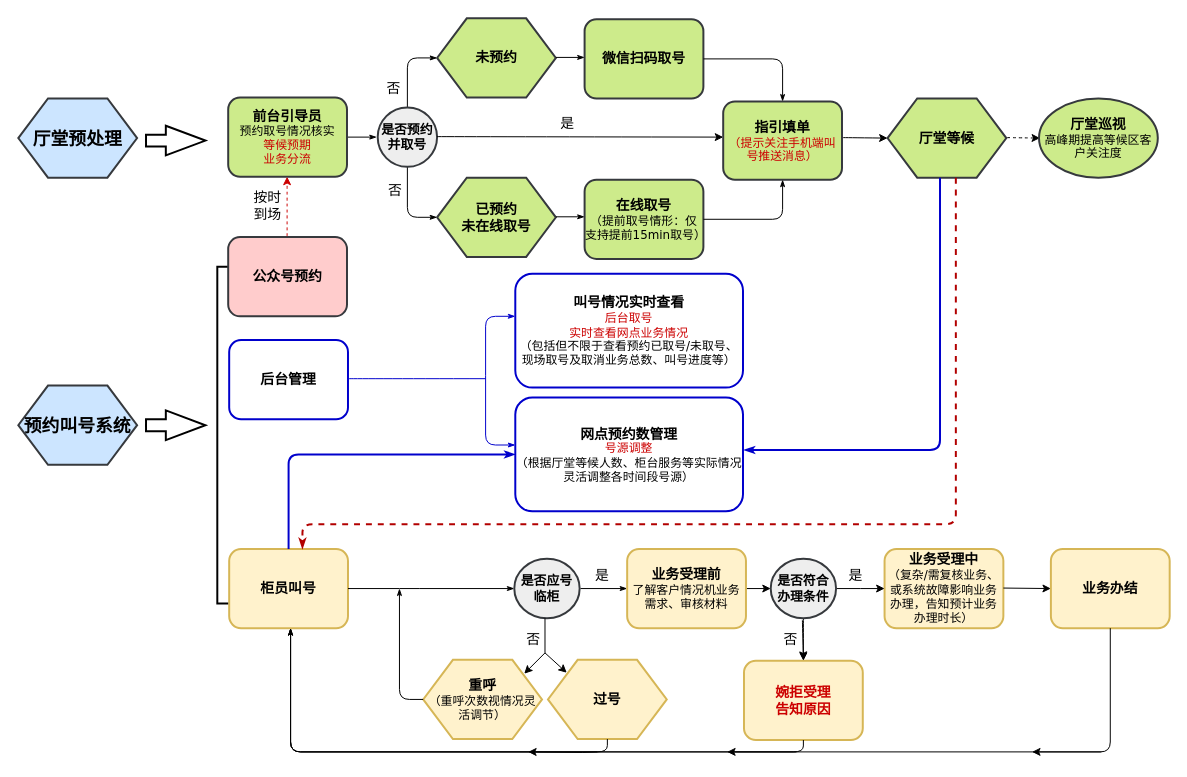
Earlier version of the draw.io diagram 未命名绘图.drawio (xiongjunqing/bootstrap). Source tidied: cells renumbered, new cells numbered last; positions are measured from the earlier drawing's top-left corner, leaving out a move shared by most shapes. Both pictures are drawn from the tidied source at 99%, with x=0, y=0 at pixel (18, 18).
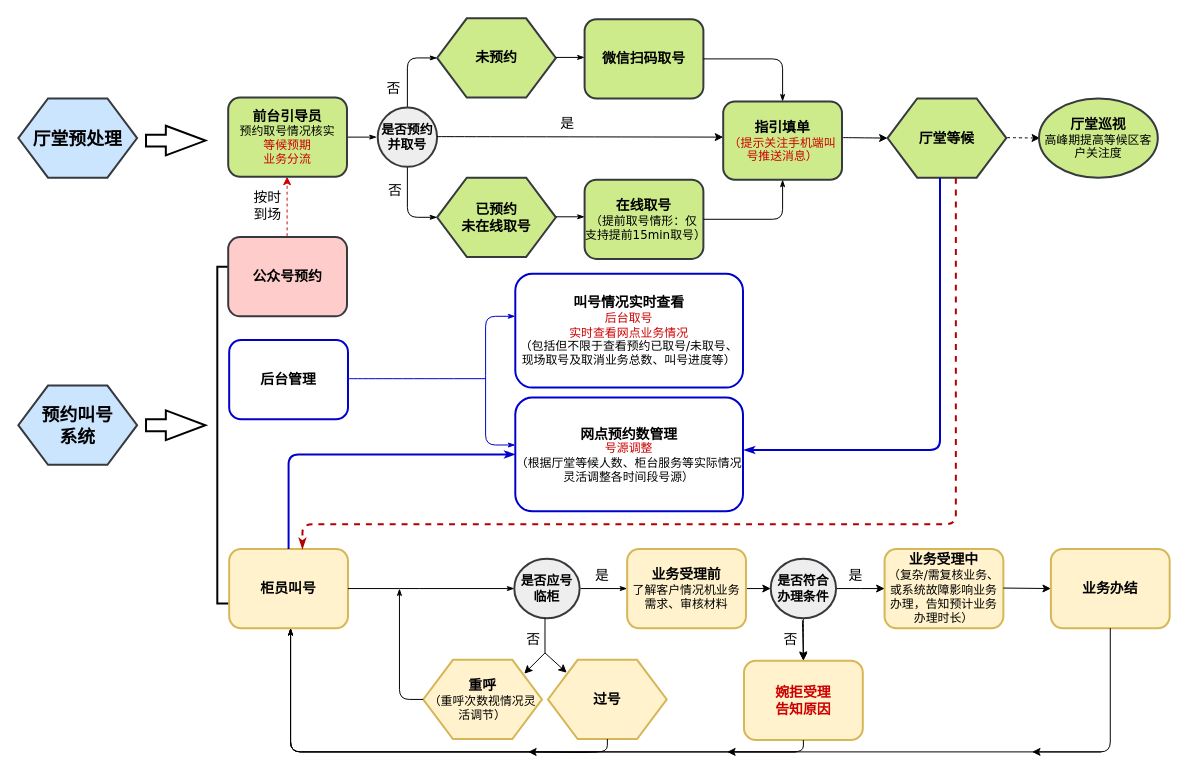
The same page after the edit.

Diff of the diagram source:
```diff
@@
-    <mxCell id="62" value="&lt;font style=&quot;font-size: 18px;&quot;&gt;&lt;b&gt;预约叫号系统&lt;/b&gt;&lt;/font&gt;" style="shape=hexagon;perimeter=hexagonPerimeter;whiteSpace=wrap;html=1;rounded=0;shadow=0;labelBackgroundColor=none;strokeWidth=2;fontFamily=Verdana;fontSize=12;align=center;fillColor=#cce5ff;strokeColor=#36393d;" parent="1" vertex="1">
+    <mxCell id="62" value="&lt;font style=&quot;font-size: 18px;&quot;&gt;&lt;b&gt;预约叫号&lt;br&gt;系统&lt;/b&gt;&lt;/font&gt;" style="shape=hexagon;perimeter=hexagonPerimeter;whiteSpace=wrap;html=1;rounded=0;shadow=0;labelBackgroundColor=none;strokeWidth=2;fontFamily=Verdana;fontSize=12;align=center;fillColor=#cce5ff;strokeColor=#36393d;" parent="1" vertex="1">
       <mxGeometry y="371" width="120" height="80" as="geometry" />
     </mxCell>
```
